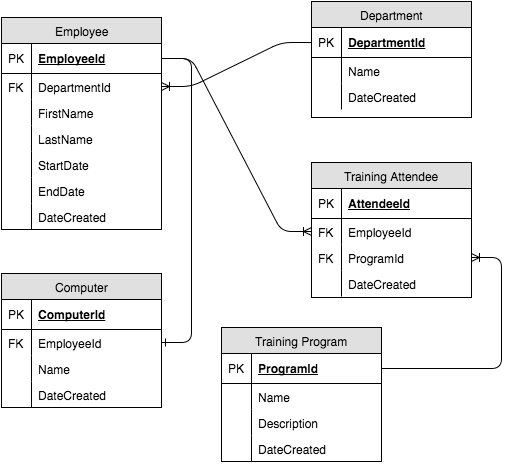
TeamCharles/workforce-management keeps this draw.io diagram as WorkforceERD.png. Above is the earlier version. Source tidied: cells renumbered, new cells last; positions are measured from the earlier drawing's top-left corner, leaving out a move shared by most shapes.
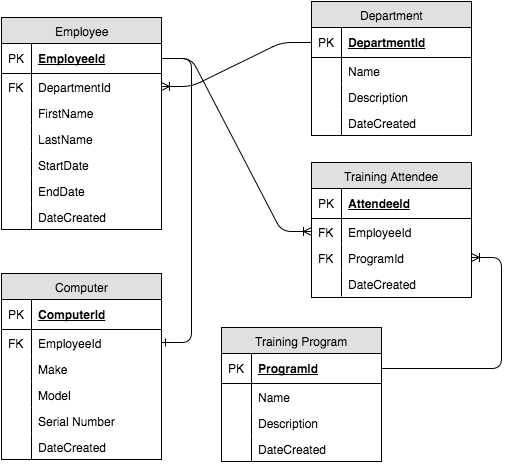
The same file after the commit.

Diff of the diagram source:
```diff
@@ -48,7 +48,7 @@
       <mxGeometry width="30" height="26" as="geometry" />
     </mxCell>
     <mxCell id="17" value="Department" style="swimlane;html=1;fontStyle=0;horizontal=1;startSize=26;fillColor=#e0e0e0;swimlaneFillColor=#ffffff;align=center;" parent="1" vertex="1">
-      <mxGeometry x="310" width="160" height="116" as="geometry" />
+      <mxGeometry x="310" width="160" height="134" as="geometry" />
     </mxCell>
     <mxCell id="18" value="DepartmentId" style="shape=partialRectangle;top=0;left=0;right=0;bottom=1;html=1;align=left;verticalAlign=middle;fillColor=none;spacingLeft=34;spacingRight=4;whiteSpace=wrap;overflow=hidden;points=[[0,0.5],[1,0.5]];portConstraint=eastwest;fontStyle=5;" parent="17" vertex="1">
       <mxGeometry y="26" width="160" height="30" as="geometry" />
@@ -62,14 +62,20 @@
     <mxCell id="21" style="shape=partialRectangle;top=0;left=0;bottom=0;html=1;fillColor=none;align=left;verticalAlign=top;spacingLeft=4;spacingRight=4;whiteSpace=wrap;overflow=hidden;" parent="20" vertex="1">
       <mxGeometry width="30" height="26" as="geometry" />
     </mxCell>
+    <mxCell id="55" value="Description" style="shape=partialRectangle;top=0;left=0;right=0;bottom=0;html=1;align=left;verticalAlign=top;fillColor=none;spacingLeft=34;spacingRight=4;whiteSpace=wrap;overflow=hidden;" parent="17" vertex="1">
+      <mxGeometry y="82" width="160" height="26" as="geometry" />
+    </mxCell>
+    <mxCell id="56" style="shape=partialRectangle;top=0;left=0;bottom=0;html=1;fillColor=none;align=left;verticalAlign=top;spacingLeft=4;spacingRight=4;whiteSpace=wrap;overflow=hidden;" parent="55" vertex="1">
+      <mxGeometry width="30" height="26" as="geometry" />
+    </mxCell>
     <mxCell id="22" value="DateCreated" style="shape=partialRectangle;top=0;left=0;right=0;bottom=0;html=1;align=left;verticalAlign=top;fillColor=none;spacingLeft=34;spacingRight=4;whiteSpace=wrap;overflow=hidden;" parent="17" vertex="1">
-      <mxGeometry y="82" width="160" height="26" as="geometry" />
+      <mxGeometry y="108" width="160" height="26" as="geometry" />
     </mxCell>
     <mxCell id="23" style="shape=partialRectangle;top=0;left=0;bottom=0;html=1;fillColor=none;align=left;verticalAlign=top;spacingLeft=4;spacingRight=4;whiteSpace=wrap;overflow=hidden;" parent="22" vertex="1">
       <mxGeometry width="30" height="26" as="geometry" />
     </mxCell>
     <mxCell id="24" value="Computer" style="swimlane;html=1;fontStyle=0;horizontal=1;startSize=26;fillColor=#e0e0e0;swimlaneFillColor=#ffffff;align=center;" parent="1" vertex="1">
-      <mxGeometry y="272" width="160" height="134" as="geometry" />
+      <mxGeometry y="272" width="160" height="186" as="geometry" />
     </mxCell>
     <mxCell id="25" value="ComputerId" style="shape=partialRectangle;top=0;left=0;right=0;bottom=1;html=1;align=left;verticalAlign=middle;fillColor=none;spacingLeft=34;spacingRight=4;whiteSpace=wrap;overflow=hidden;fontStyle=5;" parent="24" vertex="1">
       <mxGeometry y="26" width="160" height="30" as="geometry" />
@@ -83,14 +89,26 @@
     <mxCell id="28" value="FK" style="shape=partialRectangle;top=0;left=0;bottom=0;html=1;fillColor=none;align=left;verticalAlign=top;spacingLeft=4;spacingRight=4;whiteSpace=wrap;overflow=hidden;" parent="27" vertex="1">
       <mxGeometry width="30" height="26" as="geometry" />
     </mxCell>
-    <mxCell id="29" value="Name" style="shape=partialRectangle;top=0;left=0;right=0;bottom=0;html=1;align=left;verticalAlign=top;fillColor=none;spacingLeft=34;spacingRight=4;whiteSpace=wrap;overflow=hidden;" parent="24" vertex="1">
+    <mxCell id="29" value="Make" style="shape=partialRectangle;top=0;left=0;right=0;bottom=0;html=1;align=left;verticalAlign=top;fillColor=none;spacingLeft=34;spacingRight=4;whiteSpace=wrap;overflow=hidden;" parent="24" vertex="1">
       <mxGeometry y="82" width="160" height="26" as="geometry" />
     </mxCell>
     <mxCell id="30" style="shape=partialRectangle;top=0;left=0;bottom=0;html=1;fillColor=none;align=left;verticalAlign=top;spacingLeft=4;spacingRight=4;whiteSpace=wrap;overflow=hidden;" parent="29" vertex="1">
       <mxGeometry width="30" height="26" as="geometry" />
     </mxCell>
+    <mxCell id="57" value="Model" style="shape=partialRectangle;top=0;left=0;right=0;bottom=0;html=1;align=left;verticalAlign=top;fillColor=none;spacingLeft=34;spacingRight=4;whiteSpace=wrap;overflow=hidden;" parent="24" vertex="1">
+      <mxGeometry y="108" width="160" height="26" as="geometry" />
+    </mxCell>
+    <mxCell id="58" style="shape=partialRectangle;top=0;left=0;bottom=0;html=1;fillColor=none;align=left;verticalAlign=top;spacingLeft=4;spacingRight=4;whiteSpace=wrap;overflow=hidden;" parent="57" vertex="1">
+      <mxGeometry width="30" height="26" as="geometry" />
+    </mxCell>
+    <mxCell id="59" value="Serial Number" style="shape=partialRectangle;top=0;left=0;right=0;bottom=0;html=1;align=left;verticalAlign=top;fillColor=none;spacingLeft=34;spacingRight=4;whiteSpace=wrap;overflow=hidden;" parent="24" vertex="1">
+      <mxGeometry y="134" width="160" height="26" as="geometry" />
+    </mxCell>
+    <mxCell id="60" style="shape=partialRectangle;top=0;left=0;bottom=0;html=1;fillColor=none;align=left;verticalAlign=top;spacingLeft=4;spacingRight=4;whiteSpace=wrap;overflow=hidden;" parent="59" vertex="1">
+      <mxGeometry width="30" height="26" as="geometry" />
+    </mxCell>
     <mxCell id="31" value="DateCreated" style="shape=partialRectangle;top=0;left=0;right=0;bottom=0;html=1;align=left;verticalAlign=top;fillColor=none;spacingLeft=34;spacingRight=4;whiteSpace=wrap;overflow=hidden;" parent="24" vertex="1">
-      <mxGeometry y="108" width="160" height="26" as="geometry" />
+      <mxGeometry y="160" width="160" height="26" as="geometry" />
     </mxCell>
     <mxCell id="32" style="shape=partialRectangle;top=0;left=0;bottom=0;html=1;fillColor=none;align=left;verticalAlign=top;spacingLeft=4;spacingRight=4;whiteSpace=wrap;overflow=hidden;" parent="31" vertex="1">
       <mxGeometry width="30" height="26" as="geometry" />
```
